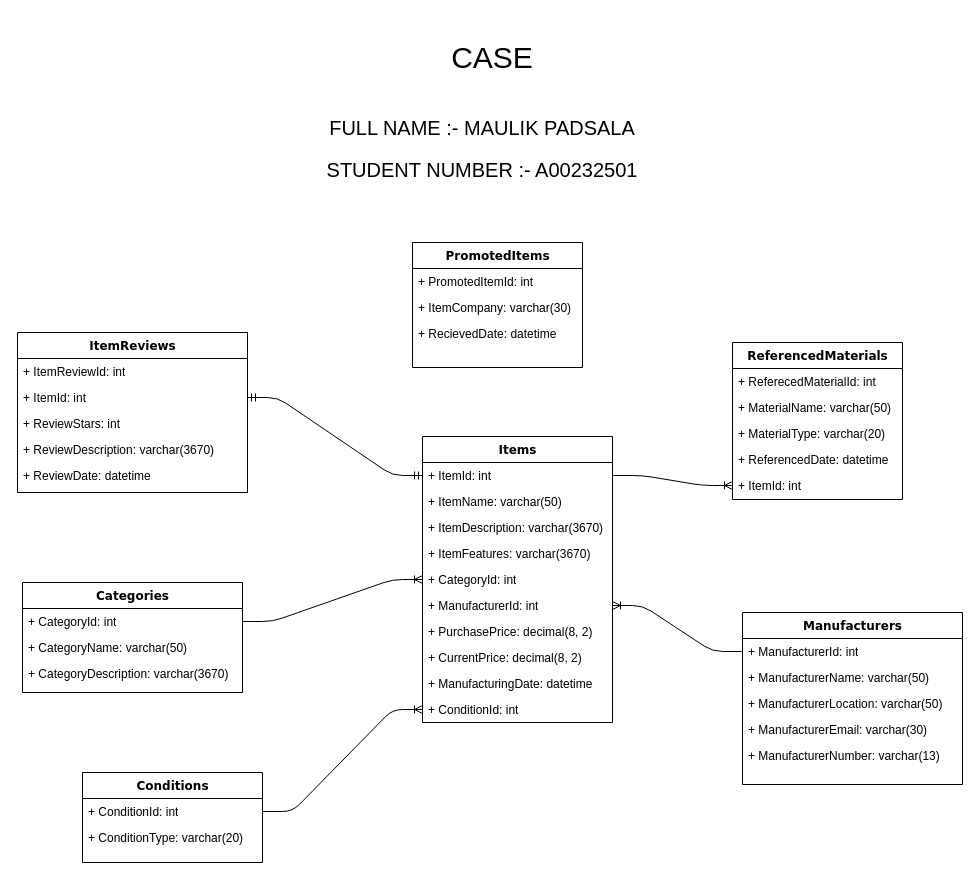
maulikpadsala/CambrianGitDemoW21 keeps this draw.io diagram as physicalModel.drawio. Above is the earlier version. Source tidied: cells renumbered, new cells numbered last; positions are measured from the earlier drawing's top-left corner, leaving out a move shared by most shapes. Both pictures are drawn from the tidied source at 100%, with x=0, y=0 at pixel (17, 17).
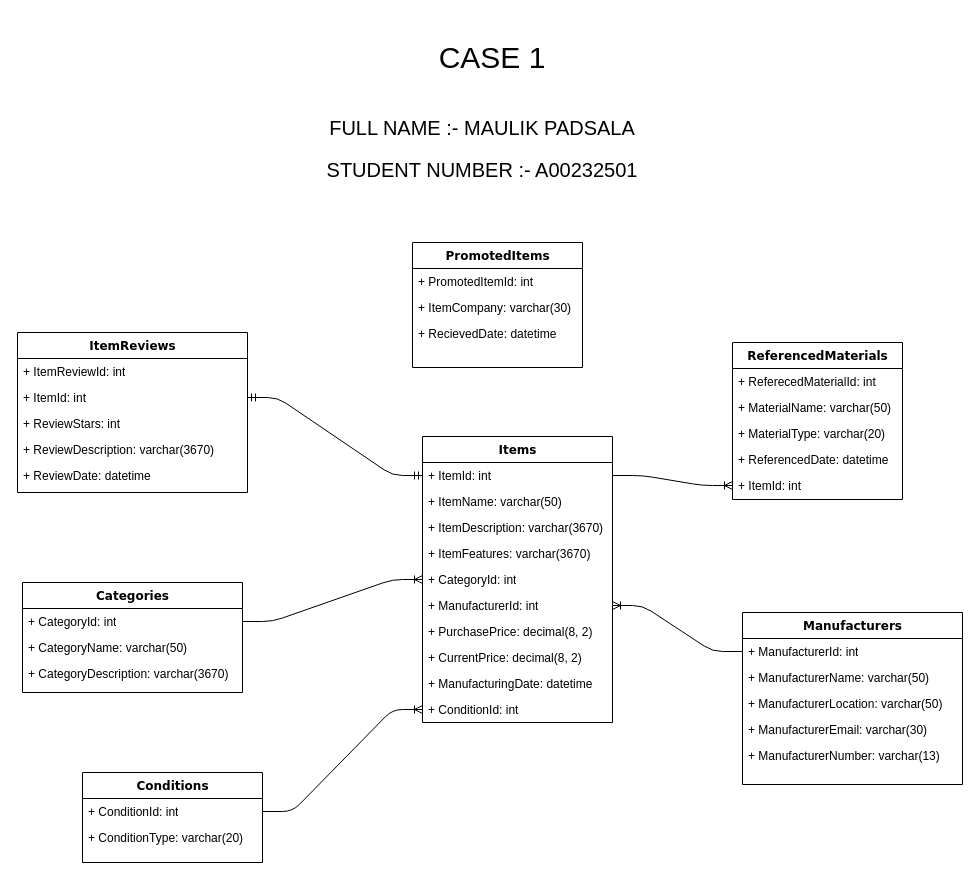
Above is the later version.

The edit, as a diff of the source:
```diff
@@
-    <mxCell id="49" value="&lt;font style=&quot;font-size: 30px&quot;&gt;CASE&lt;/font&gt;" style="text;html=1;strokeColor=none;fillColor=none;align=center;verticalAlign=middle;whiteSpace=wrap;rounded=0;" parent="1" vertex="1">
+    <mxCell id="49" value="&lt;font style=&quot;font-size: 30px&quot;&gt;CASE 1&lt;/font&gt;" style="text;html=1;strokeColor=none;fillColor=none;align=center;verticalAlign=middle;whiteSpace=wrap;rounded=0;" parent="1" vertex="1">
       <mxGeometry x="300" width="350" height="80" as="geometry" />
     </mxCell>
```
